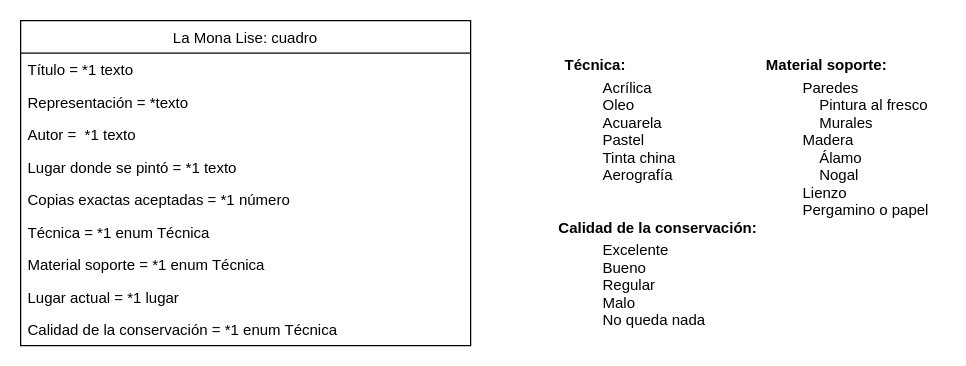
Enriquepardo/ejercicios-grupales- keeps this draw.io diagram as Ejercicio9.drawio. Above is the earlier version. Source tidied: cells renumbered, new cells numbered last; positions are measured from the earlier drawing's top-left corner, leaving out a move shared by most shapes. Both pictures are drawn from the tidied source at 125%, with x=0, y=0 at pixel (20, 20).
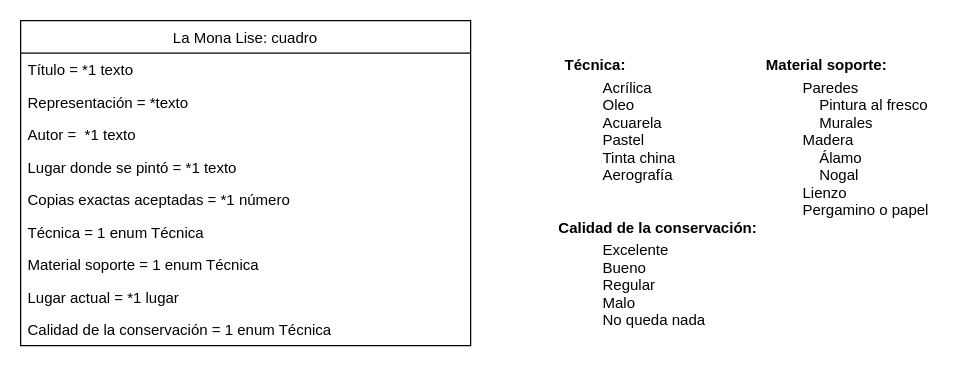
The same page after the edit.

Diff of the diagram source:
```diff
@@
 <mxGraphModel>
   <root>
     <mxCell id="0" />
     <mxCell id="1" parent="0" />
     <mxCell id="2" value="La Mona Lise: cuadro" style="swimlane;fontStyle=0;horizontal=1;startSize=26;fillColor=none;" parent="1" vertex="1">
       <mxGeometry width="360" height="260" as="geometry" />
     </mxCell>
     <mxCell id="3" value="Título = *1 texto" style="text;strokeColor=none;fillColor=none;align=left;verticalAlign=top;spacingLeft=4;spacingRight=4;overflow=hidden;" parent="2" vertex="1">
       <mxGeometry y="26" width="360" height="26" as="geometry" />
     </mxCell>
     <mxCell id="4" value="Representación = *texto" style="text;strokeColor=none;fillColor=none;align=left;verticalAlign=top;spacingLeft=4;spacingRight=4;overflow=hidden;" parent="2" vertex="1">
       <mxGeometry y="52" width="360" height="26" as="geometry" />
     </mxCell>
     <mxCell id="5" value="Autor =  *1 texto" style="text;strokeColor=none;fillColor=none;align=left;verticalAlign=top;spacingLeft=4;spacingRight=4;overflow=hidden;" parent="2" vertex="1">
       <mxGeometry y="78" width="360" height="26" as="geometry" />
     </mxCell>
     <mxCell id="6" value="Lugar donde se pintó = *1 texto" style="text;strokeColor=none;fillColor=none;align=left;verticalAlign=top;spacingLeft=4;spacingRight=4;overflow=hidden;" parent="2" vertex="1">
       <mxGeometry y="104" width="360" height="26" as="geometry" />
     </mxCell>
     <mxCell id="7" value="Copias exactas aceptadas = *1 número" style="text;strokeColor=none;fillColor=none;align=left;verticalAlign=top;spacingLeft=4;spacingRight=4;overflow=hidden;" parent="2" vertex="1">
       <mxGeometry y="130" width="360" height="26" as="geometry" />
     </mxCell>
-    <mxCell id="8" value="Técnica = *1 enum Técnica" style="text;strokeColor=none;fillColor=none;align=left;verticalAlign=top;spacingLeft=4;spacingRight=4;overflow=hidden;" parent="2" vertex="1">
+    <mxCell id="8" value="Técnica = 1 enum Técnica" style="text;strokeColor=none;fillColor=none;align=left;verticalAlign=top;spacingLeft=4;spacingRight=4;overflow=hidden;" parent="2" vertex="1">
       <mxGeometry y="156" width="360" height="26" as="geometry" />
     </mxCell>
-    <mxCell id="9" value="Material soporte = *1 enum Técnica" style="text;strokeColor=none;fillColor=none;align=left;verticalAlign=top;spacingLeft=4;spacingRight=4;overflow=hidden;" parent="2" vertex="1">
+    <mxCell id="9" value="Material soporte = 1 enum Técnica" style="text;strokeColor=none;fillColor=none;align=left;verticalAlign=top;spacingLeft=4;spacingRight=4;overflow=hidden;" parent="2" vertex="1">
       <mxGeometry y="182" width="360" height="26" as="geometry" />
     </mxCell>
     <mxCell id="10" value="Lugar actual = *1 lugar" style="text;strokeColor=none;fillColor=none;align=left;verticalAlign=top;spacingLeft=4;spacingRight=4;overflow=hidden;" parent="2" vertex="1">
       <mxGeometry y="208" width="360" height="26" as="geometry" />
     </mxCell>
-    <mxCell id="11" value="Calidad de la conservación = *1 enum Técnica&#10; " style="text;strokeColor=none;fillColor=none;align=left;verticalAlign=top;spacingLeft=4;spacingRight=4;overflow=hidden;" parent="2" vertex="1">
+    <mxCell id="11" value="Calidad de la conservación = 1 enum Técnica&#10; " style="text;strokeColor=none;fillColor=none;align=left;verticalAlign=top;spacingLeft=4;spacingRight=4;overflow=hidden;" parent="2" vertex="1">
       <mxGeometry y="234" width="360" height="26" as="geometry" />
     </mxCell>
     <mxCell id="12" value="Acrílica&#10;Oleo&#10;Acuarela&#10;Pastel&#10;Tinta china&#10;Aerografía&#10;" style="text;strokeColor=none;fillColor=none;align=left;verticalAlign=top;spacingLeft=4;spacingRight=4;overflow=hidden;" parent="1" vertex="1">
       <mxGeometry x="460" y="40" width="100" height="100" as="geometry" />
     </mxCell>
     <mxCell id="13" value="Técnica:" style="text;align=center;fontStyle=1;verticalAlign=middle;spacingLeft=3;spacingRight=3;strokeColor=none;" parent="1" vertex="1">
       <mxGeometry x="420" y="20" width="80" height="30" as="geometry" />
     </mxCell>
     <mxCell id="14" value="Material soporte:" style="text;align=center;fontStyle=1;verticalAlign=middle;spacingLeft=3;spacingRight=3;strokeColor=none;" parent="1" vertex="1">
       <mxGeometry x="580" y="20" width="130" height="30" as="geometry" />
     </mxCell>
     <mxCell id="15" value="Paredes &#10;    Pintura al fresco&#10;    Murales&#10;Madera&#10;    Álamo&#10;    Nogal&#10;Lienzo&#10;Pergamino o papel&#10;" style="text;strokeColor=none;fillColor=none;align=left;verticalAlign=top;spacingLeft=4;spacingRight=4;overflow=hidden;" parent="1" vertex="1">
       <mxGeometry x="620" y="40" width="120" height="130" as="geometry" />
     </mxCell>
     <mxCell id="16" value="Calidad de la conservación:" style="text;align=center;fontStyle=1;verticalAlign=middle;spacingLeft=3;spacingRight=3;strokeColor=none;" parent="1" vertex="1">
       <mxGeometry x="415" y="150" width="190" height="30" as="geometry" />
     </mxCell>
     <mxCell id="17" value="Excelente&#10;Bueno&#10;Regular&#10;Malo&#10;No queda nada " style="text;strokeColor=none;fillColor=none;align=left;verticalAlign=top;spacingLeft=4;spacingRight=4;overflow=hidden;" parent="1" vertex="1">
       <mxGeometry x="460" y="170" width="100" height="80" as="geometry" />
     </mxCell>
   </root>
 </mxGraphModel>
```
